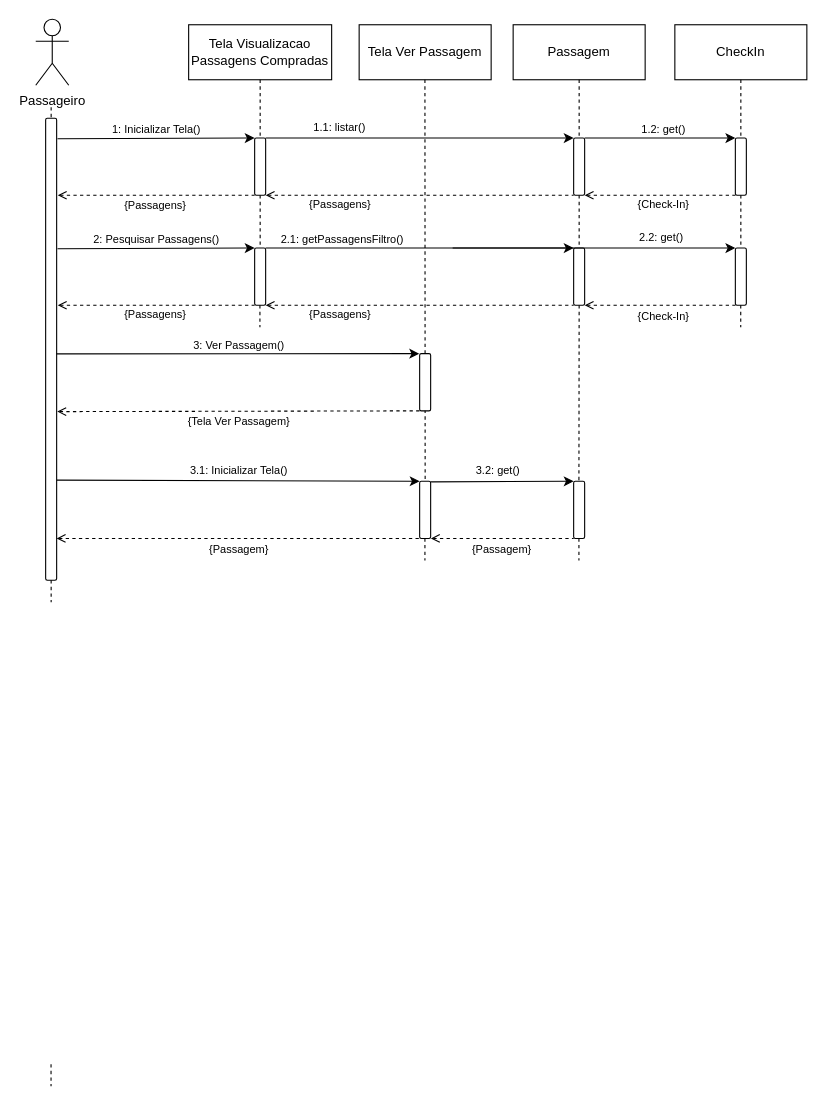
The draw.io diagram Diagramas/Eng_de_Software/Modelos/Sequencia/Ver_Passagens_Compradas.drawio in GabrielGMori/trabalho-conclus-o-ano, before the edit. Source tidied: cells renumbered, new cells numbered last; positions are measured from the earlier drawing's top-left corner, leaving out a move shared by most shapes. Both pictures are drawn from the tidied source at 110%, with x=0, y=0 at pixel (35, 19).
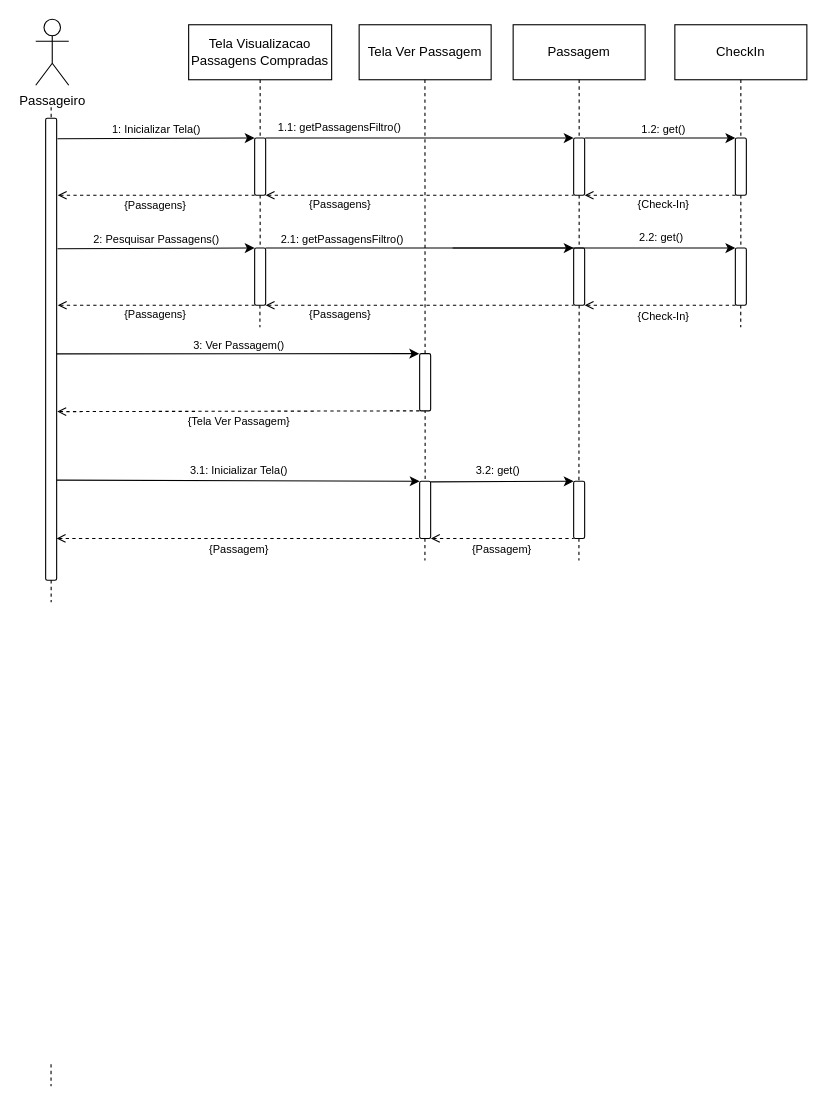
Above is the later version.

What changed in the source:
```diff
@@
-    <mxCell id="17" value="&lt;font&gt;1.1: listar&lt;/font&gt;&lt;font&gt;()&lt;/font&gt;" style="text;html=1;align=center;verticalAlign=middle;whiteSpace=wrap;rounded=0;fontSize=10;" parent="1" vertex="1">
+    <mxCell id="17" value="&lt;font&gt;1.1:&amp;nbsp;&lt;/font&gt;&lt;font&gt;&lt;font style=&quot;border-color: var(--border-color);&quot;&gt;get&lt;/font&gt;Passagen&lt;font style=&quot;border-color: var(--border-color);&quot;&gt;s&lt;/font&gt;&lt;font style=&quot;border-color: var(--border-color);&quot;&gt;Filtro&lt;/font&gt;()&lt;/font&gt;" style="text;html=1;align=center;verticalAlign=middle;whiteSpace=wrap;rounded=0;fontSize=10;" parent="1" vertex="1">
       <mxGeometry x="209" y="88" width="135" height="20" as="geometry" />
     </mxCell>
```
